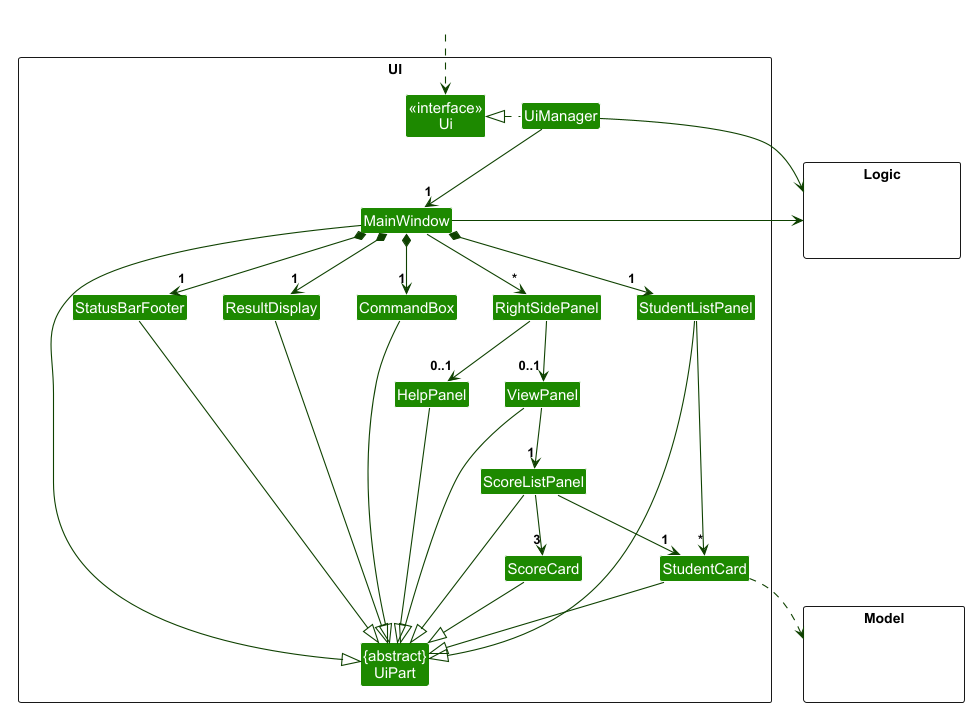
Earlier version of the PlantUML export docs/images/UiClassDiagram.png (kailermai/tp).
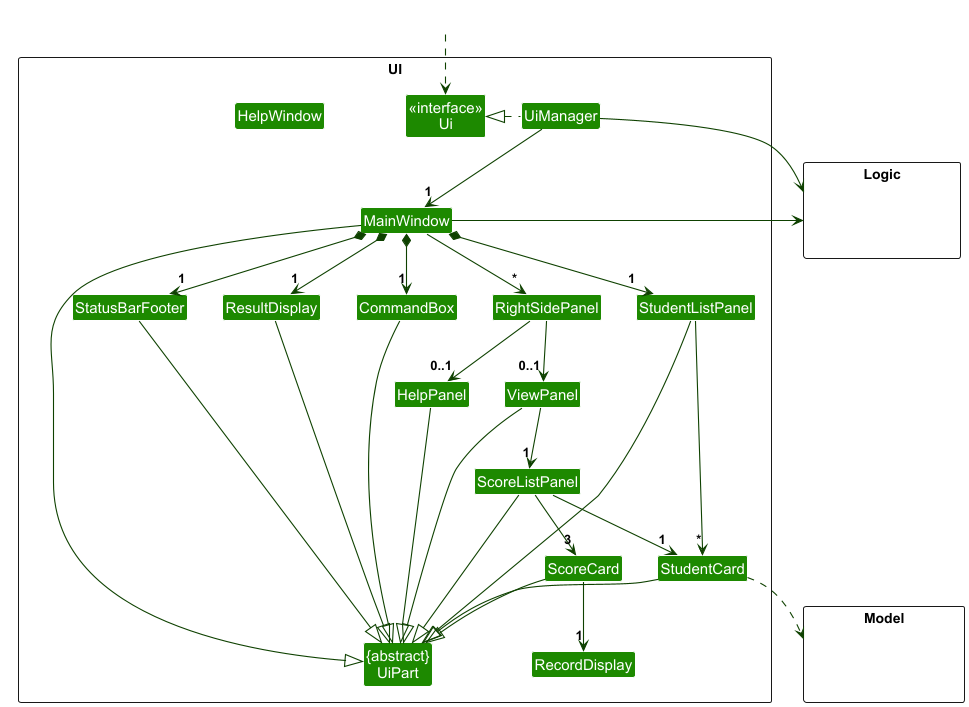
After the change.

Diff of the diagram source:
```diff
@@ -9,6 +9,7 @@
 Class "{abstract}\nUiPart" as UiPart
 Class UiManager
 Class MainWindow
+Class HelpWindow
 Class ResultDisplay
 Class StudentListPanel
 Class StudentCard
@@ -19,6 +20,7 @@
 Class HelpPanel
 Class ScoreListPanel
 Class ScoreCard
+Class RecordDisplay
 }
 
 package Model <<Rectangle>> {
@@ -48,6 +50,7 @@
 
 ScoreListPanel -down-> "1" StudentCard
 ScoreListPanel -down-> "3" ScoreCard
+ScoreCard -down-> "1" RecordDisplay
 
 MainWindow -left-|> UiPart
 
```
